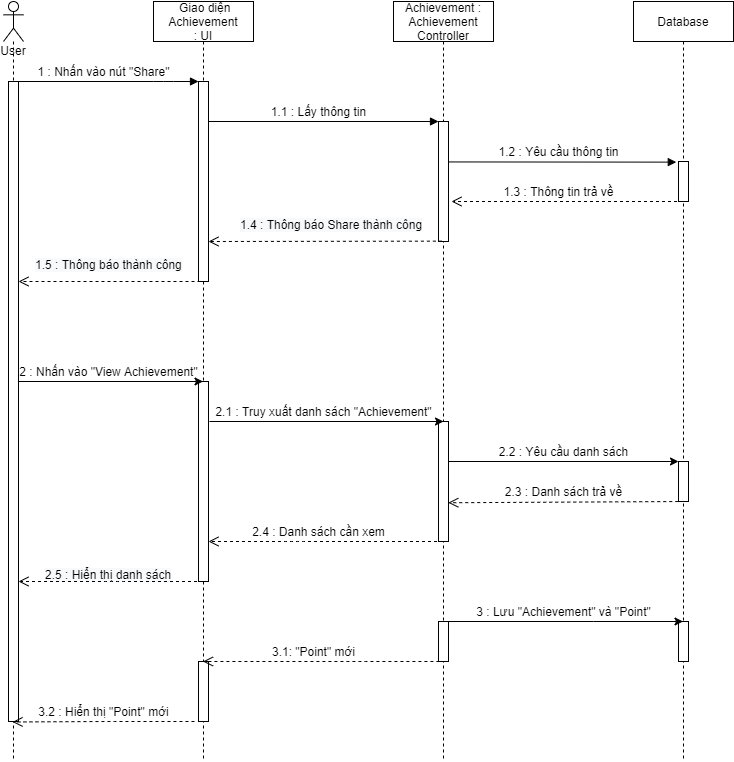
Above: ToDoApp-Doc/Document/Diagram/Sequence Diagram/Achievement/Achievement_SequenceDiagram.png in Merevoli-DatLuu/To-Do-App (draw.io), before the change. Source tidied: cells renumbered, new cells last; positions are measured from the earlier drawing's top-left corner, leaving out a move shared by most shapes. Its diagram source:
```xml
<mxGraphModel background="#ffffff">
  <root>
    <mxCell id="0" />
    <mxCell id="1" parent="0" />
    <mxCell id="2" value="&amp;nbsp;Giao diện Achievement&lt;br&gt;: UI" style="shape=umlLifeline;perimeter=lifelinePerimeter;whiteSpace=wrap;html=1;outlineConnect=0;" parent="1" vertex="1">
      <mxGeometry x="150" width="100" height="760" as="geometry" />
    </mxCell>
    <mxCell id="3" style="html=1;perimeter=orthogonalPerimeter;" parent="2" vertex="1">
      <mxGeometry x="45" y="80" width="10" height="200" as="geometry" />
    </mxCell>
    <mxCell id="4" style="html=1;points=[];perimeter=orthogonalPerimeter;" parent="2" vertex="1">
      <mxGeometry x="45" y="380" width="10" height="200" as="geometry" />
    </mxCell>
    <mxCell id="5" style="html=1;perimeter=orthogonalPerimeter;" parent="2" vertex="1">
      <mxGeometry x="45" y="660" width="10" height="60" as="geometry" />
    </mxCell>
    <mxCell id="6" value="Achievement : Achievement Controller" style="shape=umlLifeline;perimeter=lifelinePerimeter;whiteSpace=wrap;html=1;outlineConnect=0;" parent="1" vertex="1">
      <mxGeometry x="390" width="100" height="760" as="geometry" />
    </mxCell>
    <mxCell id="7" style="html=1;points=[];perimeter=orthogonalPerimeter;" parent="6" vertex="1">
      <mxGeometry x="45" y="120" width="10" height="120" as="geometry" />
    </mxCell>
    <mxCell id="8" style="html=1;points=[];perimeter=orthogonalPerimeter;" parent="6" vertex="1">
      <mxGeometry x="45" y="420" width="10" height="120" as="geometry" />
    </mxCell>
    <mxCell id="9" style="html=1;points=[];perimeter=orthogonalPerimeter;" parent="6" vertex="1">
      <mxGeometry x="45" y="620" width="10" height="40" as="geometry" />
    </mxCell>
    <mxCell id="10" value="Database" style="shape=umlLifeline;perimeter=lifelinePerimeter;whiteSpace=wrap;html=1;outlineConnect=0;" parent="1" vertex="1">
      <mxGeometry x="630" width="100" height="760" as="geometry" />
    </mxCell>
    <mxCell id="11" style="html=1;perimeter=orthogonalPerimeter;" parent="10" vertex="1">
      <mxGeometry x="45" y="160" width="10" height="40" as="geometry" />
    </mxCell>
    <mxCell id="12" style="html=1;perimeter=orthogonalPerimeter;" parent="10" vertex="1">
      <mxGeometry x="45" y="460" width="10" height="40" as="geometry" />
    </mxCell>
    <mxCell id="13" style="html=1;perimeter=orthogonalPerimeter;" parent="10" vertex="1">
      <mxGeometry x="45" y="620" width="10" height="40" as="geometry" />
    </mxCell>
    <mxCell id="14" style="edgeStyle=none;rounded=0;orthogonalLoop=1;jettySize=auto;html=1;" parent="1" edge="1">
      <mxGeometry relative="1" as="geometry">
        <mxPoint x="10" y="380" as="sourcePoint" />
        <mxPoint x="199.5" y="380" as="targetPoint" />
      </mxGeometry>
    </mxCell>
    <mxCell id="15" style="html=1;verticalAlign=bottom;endArrow=block;" parent="1" edge="1">
      <mxGeometry relative="1" as="geometry">
        <mxPoint x="10" y="80" as="sourcePoint" />
        <mxPoint x="195" y="80" as="targetPoint" />
        <Array as="points">
          <mxPoint x="160" y="80" />
        </Array>
      </mxGeometry>
    </mxCell>
    <mxCell id="16" value="1 : Nhấn vào nút &quot;Share&quot;" style="text;html=1;align=center;verticalAlign=middle;" parent="1" vertex="1">
      <mxGeometry x="25" y="60" width="150" height="20" as="geometry" />
    </mxCell>
    <mxCell id="17" style="html=1;verticalAlign=bottom;endArrow=block;" parent="1" edge="1">
      <mxGeometry relative="1" as="geometry">
        <mxPoint x="205" y="120" as="sourcePoint" />
        <mxPoint x="435" y="120" as="targetPoint" />
      </mxGeometry>
    </mxCell>
    <mxCell id="18" value="1.1 : Lấy thông tin" style="text;html=1;align=center;verticalAlign=middle;" parent="1" vertex="1">
      <mxGeometry x="260" y="100" width="110" height="20" as="geometry" />
    </mxCell>
    <mxCell id="19" style="html=1;verticalAlign=bottom;endArrow=block;entryX=-0.22;entryY=0.171;entryDx=0;entryDy=0;entryPerimeter=0;exitX=1.06;exitY=0.337;exitDx=0;exitDy=0;exitPerimeter=0;" parent="1" edge="1" source="7">
      <mxGeometry relative="1" as="geometry">
        <mxPoint x="672.8" y="160.6" as="targetPoint" />
      </mxGeometry>
    </mxCell>
    <mxCell id="20" value="1.2 : Yêu cầu thông tin" style="text;html=1;align=center;verticalAlign=middle;" parent="1" vertex="1">
      <mxGeometry x="485" y="140" width="140" height="20" as="geometry" />
    </mxCell>
    <mxCell id="21" value="2 : Nhấn vào &quot;View Achievement&quot;" style="text;html=1;align=center;verticalAlign=middle;" parent="1" vertex="1">
      <mxGeometry x="10" y="360" width="190" height="20" as="geometry" />
    </mxCell>
    <mxCell id="22" style="edgeStyle=none;rounded=0;jettySize=auto;html=1;entryX=0.5;entryY=0;entryDx=0;entryDy=0;entryPerimeter=0;" parent="1" edge="1" target="8">
      <mxGeometry relative="1" as="geometry">
        <mxPoint x="206" y="420" as="sourcePoint" />
      </mxGeometry>
    </mxCell>
    <mxCell id="23" value="2.1 : Truy xuất danh sách &quot;Achievement&quot;" style="text;html=1;align=center;verticalAlign=middle;" parent="1" vertex="1">
      <mxGeometry x="205" y="400" width="230" height="20" as="geometry" />
    </mxCell>
    <mxCell id="24" style="edgeStyle=none;rounded=0;jettySize=auto;html=1;entryX=-0.22;entryY=0.611;entryDx=0;entryDy=0;entryPerimeter=0;" parent="1" edge="1" source="8">
      <mxGeometry relative="1" as="geometry">
        <mxPoint x="675" y="460" as="targetPoint" />
      </mxGeometry>
    </mxCell>
    <mxCell id="25" value="2.2 : Yêu cầu danh sách" style="text;html=1;align=center;verticalAlign=middle;" parent="1" vertex="1">
      <mxGeometry x="485" y="440" width="150" height="20" as="geometry" />
    </mxCell>
    <mxCell id="26" value="User" style="shape=umlLifeline;participant=umlActor;perimeter=lifelinePerimeter;whiteSpace=wrap;html=1;verticalAlign=top;spacingTop=36;" parent="1" vertex="1">
      <mxGeometry width="20" height="760" as="geometry" />
    </mxCell>
    <mxCell id="27" style="html=1;points=[];perimeter=orthogonalPerimeter;" parent="26" vertex="1">
      <mxGeometry x="5" y="80" width="10" height="640" as="geometry" />
    </mxCell>
    <mxCell id="28" style="html=1;verticalAlign=bottom;endArrow=open;dashed=1;endSize=8;exitX=0.34;exitY=0.997;exitDx=0;exitDy=0;exitPerimeter=0;" parent="1" edge="1" source="7">
      <mxGeometry relative="1" as="geometry">
        <mxPoint x="205" y="240" as="targetPoint" />
      </mxGeometry>
    </mxCell>
    <mxCell id="29" style="html=1;verticalAlign=bottom;endArrow=open;dashed=1;endSize=8;" parent="1" edge="1" source="6" target="4">
      <mxGeometry relative="1" as="geometry">
        <Array as="points">
          <mxPoint x="290" y="540" />
        </Array>
      </mxGeometry>
    </mxCell>
    <mxCell id="30" style="html=1;verticalAlign=bottom;endArrow=open;dashed=1;endSize=8;" parent="1" edge="1" source="10">
      <mxGeometry relative="1" as="geometry">
        <mxPoint x="448" y="200" as="targetPoint" />
      </mxGeometry>
    </mxCell>
    <mxCell id="31" value="1.3 : Thông tin trả về" style="text;html=1;align=center;verticalAlign=middle;" parent="1" vertex="1">
      <mxGeometry x="490" y="180" width="130" height="20" as="geometry" />
    </mxCell>
    <mxCell id="32" value="&lt;span style=&quot;color: rgb(0 , 0 , 0) ; font-family: &amp;#34;helvetica&amp;#34; ; font-size: 12px ; font-style: normal ; font-weight: 400 ; letter-spacing: normal ; text-align: center ; text-indent: 0px ; text-transform: none ; word-spacing: 0px ; background-color: rgb(248 , 249 , 250) ; display: inline ; float: none&quot;&gt;1.4 : Thông báo Share thành công&lt;/span&gt;" style="text;whiteSpace=wrap;html=1;" parent="1" vertex="1">
      <mxGeometry x="235" y="210" width="190" height="30" as="geometry" />
    </mxCell>
    <mxCell id="33" style="html=1;verticalAlign=bottom;endArrow=open;dashed=1;endSize=8;" parent="1" edge="1">
      <mxGeometry relative="1" as="geometry">
        <mxPoint x="197" y="280" as="sourcePoint" />
        <mxPoint x="15" y="280" as="targetPoint" />
      </mxGeometry>
    </mxCell>
    <mxCell id="34" value="&lt;span style=&quot;color: rgb(0 , 0 , 0) ; font-family: &amp;#34;helvetica&amp;#34; ; font-size: 12px ; font-style: normal ; font-weight: 400 ; letter-spacing: normal ; text-align: center ; text-indent: 0px ; text-transform: none ; word-spacing: 0px ; background-color: rgb(248 , 249 , 250) ; display: inline ; float: none&quot;&gt;1.5 : Thông báo thành công&lt;/span&gt;" style="text;whiteSpace=wrap;html=1;" parent="1" vertex="1">
      <mxGeometry x="30" y="250" width="150" height="30" as="geometry" />
    </mxCell>
    <mxCell id="35" style="html=1;verticalAlign=bottom;endArrow=open;dashed=1;endSize=8;entryX=0.98;entryY=0.677;entryDx=0;entryDy=0;entryPerimeter=0;" parent="1" edge="1" target="8">
      <mxGeometry relative="1" as="geometry">
        <mxPoint x="680.8" y="500" as="sourcePoint" />
      </mxGeometry>
    </mxCell>
    <mxCell id="36" value="2.3 : Danh sách trả về" style="text;html=1;align=center;verticalAlign=middle;" parent="1" vertex="1">
      <mxGeometry x="495" y="480" width="130" height="20" as="geometry" />
    </mxCell>
    <mxCell id="37" value="&lt;span style=&quot;font-family: &amp;#34;helvetica&amp;#34;&quot;&gt;2.4 : Danh sách cần xem&lt;/span&gt;" style="text;html=1;align=center;verticalAlign=middle;" parent="1" vertex="1">
      <mxGeometry x="240" y="520" width="150" height="20" as="geometry" />
    </mxCell>
    <mxCell id="38" value="&lt;span style=&quot;color: rgb(0 , 0 , 0) ; font-family: &amp;#34;helvetica&amp;#34; ; font-size: 12px ; font-style: normal ; font-weight: 400 ; letter-spacing: normal ; text-align: center ; text-indent: 0px ; text-transform: none ; word-spacing: 0px ; background-color: rgb(248 , 249 , 250) ; display: inline ; float: none&quot;&gt;2.5 : Hiển thị danh sách&lt;/span&gt;" style="text;whiteSpace=wrap;html=1;" parent="1" vertex="1">
      <mxGeometry x="40" y="560" width="180" height="30" as="geometry" />
    </mxCell>
    <mxCell id="39" style="html=1;verticalAlign=bottom;endArrow=open;dashed=1;endSize=8;" parent="1" edge="1" source="2" target="27">
      <mxGeometry relative="1" as="geometry">
        <Array as="points">
          <mxPoint x="110" y="580" />
        </Array>
      </mxGeometry>
    </mxCell>
    <mxCell id="40" style="edgeStyle=none;rounded=0;jettySize=auto;html=1;" parent="1" edge="1" source="9" target="10">
      <mxGeometry relative="1" as="geometry">
        <Array as="points">
          <mxPoint x="590" y="620" />
        </Array>
      </mxGeometry>
    </mxCell>
    <mxCell id="41" value="3 : Lưu &quot;Achievement&quot; và &quot;Point&quot;" style="text;html=1;align=center;verticalAlign=middle;" parent="1" vertex="1">
      <mxGeometry x="465" y="600" width="190" height="20" as="geometry" />
    </mxCell>
    <mxCell id="42" value="3.1: &quot;Point&quot; mới" style="text;html=1;align=center;verticalAlign=middle;" parent="1" vertex="1">
      <mxGeometry x="260" y="640" width="100" height="20" as="geometry" />
    </mxCell>
    <mxCell id="43" value="3.2 : Hiển thị &quot;Point&quot; mới" style="text;html=1;align=center;verticalAlign=middle;" parent="1" vertex="1">
      <mxGeometry x="25" y="700" width="150" height="20" as="geometry" />
    </mxCell>
    <mxCell id="44" style="html=1;verticalAlign=bottom;endArrow=open;dashed=1;endSize=8;entryX=1.26;entryY=0.782;entryDx=0;entryDy=0;entryPerimeter=0;" parent="1" edge="1">
      <mxGeometry relative="1" as="geometry">
        <mxPoint x="190.9" y="720" as="sourcePoint" />
        <mxPoint x="9" y="720.5" as="targetPoint" />
        <Array as="points">
          <mxPoint x="101.4" y="720" />
        </Array>
      </mxGeometry>
    </mxCell>
    <mxCell id="45" style="html=1;verticalAlign=bottom;endArrow=open;dashed=1;endSize=8;" parent="1" edge="1" target="2">
      <mxGeometry relative="1" as="geometry">
        <mxPoint x="441.9" y="660" as="sourcePoint" />
        <Array as="points">
          <mxPoint x="352.4" y="660" />
        </Array>
      </mxGeometry>
    </mxCell>
  </root>
</mxGraphModel>
```
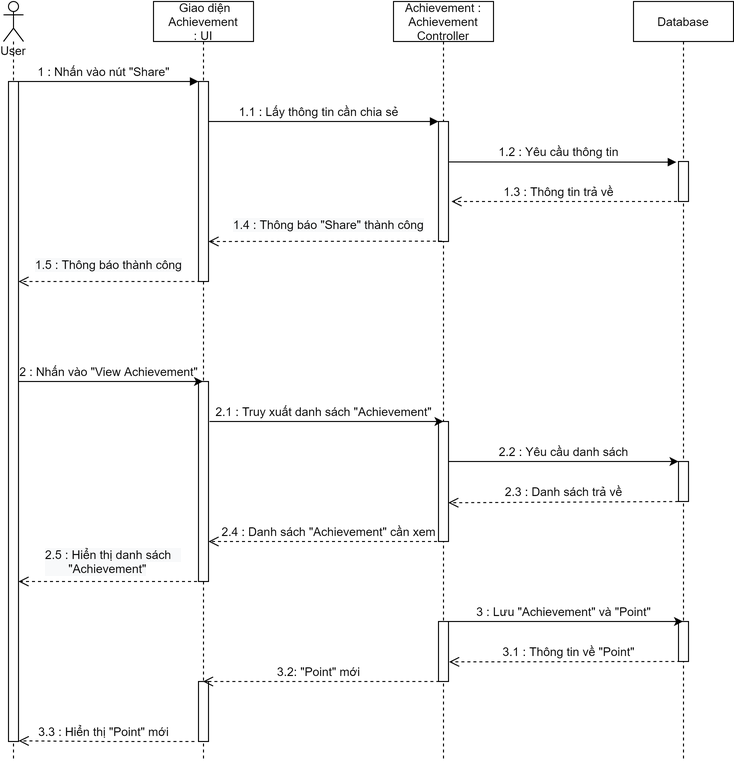
Later version of the same file.

Commit message:
[Modified] : Achievement_SequenceDiagram Image

What changed in the source:
```diff
@@ -12,8 +12,29 @@
       <mxGeometry x="45" y="380" width="10" height="200" as="geometry" />
     </mxCell>
     <mxCell id="5" style="html=1;perimeter=orthogonalPerimeter;" parent="2" vertex="1">
-      <mxGeometry x="45" y="660" width="10" height="60" as="geometry" />
+      <mxGeometry x="45" y="680" width="10" height="60" as="geometry" />
     </mxCell>
+    <mxCell id="43" value="3.3 : Hiển thị &quot;Point&quot; mới" style="text;html=1;align=center;verticalAlign=middle;" parent="2" vertex="1">
+      <mxGeometry x="-125" y="720" width="150" height="20" as="geometry" />
+    </mxCell>
+    <mxCell id="44" style="html=1;verticalAlign=bottom;endArrow=open;dashed=1;endSize=8;entryX=1.02;entryY=0.999;entryDx=0;entryDy=0;entryPerimeter=0;" parent="2" edge="1" target="27">
+      <mxGeometry relative="1" as="geometry">
+        <mxPoint x="40.9" y="740" as="sourcePoint" />
+        <Array as="points">
+          <mxPoint x="-48.6" y="740" />
+        </Array>
+      </mxGeometry>
+    </mxCell>
+    <mxCell id="45" style="html=1;verticalAlign=bottom;endArrow=open;dashed=1;endSize=8;" parent="2" edge="1">
+      <mxGeometry relative="1" as="geometry">
+        <mxPoint x="291.9" y="680" as="sourcePoint" />
+        <mxPoint x="49.5" y="680" as="targetPoint" />
+        <Array as="points">
+          <mxPoint x="202.4" y="680" />
+          <mxPoint x="160" y="680" />
+        </Array>
+      </mxGeometry>
+    </mxCell>
     <mxCell id="6" value="Achievement : Achievement Controller" style="shape=umlLifeline;perimeter=lifelinePerimeter;whiteSpace=wrap;html=1;outlineConnect=0;" parent="1" vertex="1">
       <mxGeometry x="390" width="100" height="760" as="geometry" />
     </mxCell>
@@ -24,7 +45,7 @@
       <mxGeometry x="45" y="420" width="10" height="120" as="geometry" />
     </mxCell>
     <mxCell id="9" style="html=1;points=[];perimeter=orthogonalPerimeter;" parent="6" vertex="1">
-      <mxGeometry x="45" y="620" width="10" height="40" as="geometry" />
+      <mxGeometry x="45" y="620" width="10" height="60" as="geometry" />
     </mxCell>
     <mxCell id="10" value="Database" style="shape=umlLifeline;perimeter=lifelinePerimeter;whiteSpace=wrap;html=1;outlineConnect=0;" parent="1" vertex="1">
       <mxGeometry x="630" width="100" height="760" as="geometry" />
@@ -62,8 +83,8 @@
         <mxPoint x="435" y="120" as="targetPoint" />
       </mxGeometry>
     </mxCell>
-    <mxCell id="18" value="1.1 : Lấy thông tin" style="text;html=1;align=center;verticalAlign=middle;" parent="1" vertex="1">
-      <mxGeometry x="260" y="100" width="110" height="20" as="geometry" />
+    <mxCell id="18" value="1.1 : Lấy thông tin cần chia sẻ" style="text;html=1;align=center;verticalAlign=middle;" parent="1" vertex="1">
+      <mxGeometry x="230" y="100" width="170" height="20" as="geometry" />
     </mxCell>
     <mxCell id="19" style="html=1;verticalAlign=bottom;endArrow=block;entryX=-0.22;entryY=0.171;entryDx=0;entryDy=0;entryPerimeter=0;exitX=1.06;exitY=0.337;exitDx=0;exitDy=0;exitPerimeter=0;" parent="1" edge="1" source="7">
       <mxGeometry relative="1" as="geometry">
@@ -96,7 +117,7 @@
       <mxGeometry width="20" height="760" as="geometry" />
     </mxCell>
     <mxCell id="27" style="html=1;points=[];perimeter=orthogonalPerimeter;" parent="26" vertex="1">
-      <mxGeometry x="5" y="80" width="10" height="640" as="geometry" />
+      <mxGeometry x="5" y="80" width="10" height="660" as="geometry" />
     </mxCell>
     <mxCell id="28" style="html=1;verticalAlign=bottom;endArrow=open;dashed=1;endSize=8;exitX=0.34;exitY=0.997;exitDx=0;exitDy=0;exitPerimeter=0;" parent="1" edge="1" source="7">
       <mxGeometry relative="1" as="geometry">
@@ -118,8 +139,8 @@
     <mxCell id="31" value="1.3 : Thông tin trả về" style="text;html=1;align=center;verticalAlign=middle;" parent="1" vertex="1">
       <mxGeometry x="490" y="180" width="130" height="20" as="geometry" />
     </mxCell>
-    <mxCell id="32" value="&lt;span style=&quot;color: rgb(0 , 0 , 0) ; font-family: &amp;#34;helvetica&amp;#34; ; font-size: 12px ; font-style: normal ; font-weight: 400 ; letter-spacing: normal ; text-align: center ; text-indent: 0px ; text-transform: none ; word-spacing: 0px ; background-color: rgb(248 , 249 , 250) ; display: inline ; float: none&quot;&gt;1.4 : Thông báo Share thành công&lt;/span&gt;" style="text;whiteSpace=wrap;html=1;" parent="1" vertex="1">
-      <mxGeometry x="235" y="210" width="190" height="30" as="geometry" />
+    <mxCell id="32" value="&lt;span style=&quot;color: rgb(0 , 0 , 0) ; font-family: &amp;#34;helvetica&amp;#34; ; font-size: 12px ; font-style: normal ; font-weight: 400 ; letter-spacing: normal ; text-align: center ; text-indent: 0px ; text-transform: none ; word-spacing: 0px ; background-color: rgb(248 , 249 , 250) ; display: inline ; float: none&quot;&gt;1.4 : Thông báo &quot;Share&quot; thành công&lt;/span&gt;" style="text;whiteSpace=wrap;html=1;" parent="1" vertex="1">
+      <mxGeometry x="227.5" y="210" width="195" height="30" as="geometry" />
     </mxCell>
     <mxCell id="33" style="html=1;verticalAlign=bottom;endArrow=open;dashed=1;endSize=8;" parent="1" edge="1">
       <mxGeometry relative="1" as="geometry">
@@ -138,11 +159,11 @@
     <mxCell id="36" value="2.3 : Danh sách trả về" style="text;html=1;align=center;verticalAlign=middle;" parent="1" vertex="1">
       <mxGeometry x="495" y="480" width="130" height="20" as="geometry" />
     </mxCell>
-    <mxCell id="37" value="&lt;span style=&quot;font-family: &amp;#34;helvetica&amp;#34;&quot;&gt;2.4 : Danh sách cần xem&lt;/span&gt;" style="text;html=1;align=center;verticalAlign=middle;" parent="1" vertex="1">
-      <mxGeometry x="240" y="520" width="150" height="20" as="geometry" />
+    <mxCell id="37" value="&lt;span style=&quot;font-family: &amp;#34;helvetica&amp;#34;&quot;&gt;2.4 : Danh sách &quot;Achievement&quot; cần xem&lt;/span&gt;" style="text;html=1;align=center;verticalAlign=middle;" parent="1" vertex="1">
+      <mxGeometry x="210" y="520" width="230" height="20" as="geometry" />
     </mxCell>
-    <mxCell id="38" value="&lt;span style=&quot;color: rgb(0 , 0 , 0) ; font-family: &amp;#34;helvetica&amp;#34; ; font-size: 12px ; font-style: normal ; font-weight: 400 ; letter-spacing: normal ; text-align: center ; text-indent: 0px ; text-transform: none ; word-spacing: 0px ; background-color: rgb(248 , 249 , 250) ; display: inline ; float: none&quot;&gt;2.5 : Hiển thị danh sách&lt;/span&gt;" style="text;whiteSpace=wrap;html=1;" parent="1" vertex="1">
-      <mxGeometry x="40" y="560" width="180" height="30" as="geometry" />
+    <mxCell id="38" value="&lt;span style=&quot;color: rgb(0 , 0 , 0) ; font-family: &amp;#34;helvetica&amp;#34; ; font-size: 12px ; font-style: normal ; font-weight: 400 ; letter-spacing: normal ; text-align: center ; text-indent: 0px ; text-transform: none ; word-spacing: 0px ; background-color: rgb(248 , 249 , 250) ; display: inline ; float: none&quot;&gt;2.5 : Hiển thị danh sách&amp;nbsp; &amp;nbsp; &amp;nbsp; &amp;nbsp; &amp;nbsp; &amp;nbsp;&quot;Achievement&quot;&lt;/span&gt;" style="text;whiteSpace=wrap;html=1;" parent="1" vertex="1">
+      <mxGeometry x="40" y="540" width="140" height="30" as="geometry" />
     </mxCell>
     <mxCell id="39" style="html=1;verticalAlign=bottom;endArrow=open;dashed=1;endSize=8;" parent="1" edge="1" source="2" target="27">
       <mxGeometry relative="1" as="geometry">
@@ -161,28 +182,16 @@
     <mxCell id="41" value="3 : Lưu &quot;Achievement&quot; và &quot;Point&quot;" style="text;html=1;align=center;verticalAlign=middle;" parent="1" vertex="1">
       <mxGeometry x="465" y="600" width="190" height="20" as="geometry" />
     </mxCell>
-    <mxCell id="42" value="3.1: &quot;Point&quot; mới" style="text;html=1;align=center;verticalAlign=middle;" parent="1" vertex="1">
-      <mxGeometry x="260" y="640" width="100" height="20" as="geometry" />
+    <mxCell id="42" value="3.2: &quot;Point&quot; mới" style="text;html=1;align=center;verticalAlign=middle;" parent="1" vertex="1">
+      <mxGeometry x="265" y="660" width="100" height="20" as="geometry" />
     </mxCell>
-    <mxCell id="43" value="3.2 : Hiển thị &quot;Point&quot; mới" style="text;html=1;align=center;verticalAlign=middle;" parent="1" vertex="1">
-      <mxGeometry x="25" y="700" width="150" height="20" as="geometry" />
-    </mxCell>
-    <mxCell id="44" style="html=1;verticalAlign=bottom;endArrow=open;dashed=1;endSize=8;entryX=1.26;entryY=0.782;entryDx=0;entryDy=0;entryPerimeter=0;" parent="1" edge="1">
-      <mxGeometry relative="1" as="geometry">
-        <mxPoint x="190.9" y="720" as="sourcePoint" />
-        <mxPoint x="9" y="720.5" as="targetPoint" />
-        <Array as="points">
-          <mxPoint x="101.4" y="720" />
-        </Array>
-      </mxGeometry>
-    </mxCell>
-    <mxCell id="45" style="html=1;verticalAlign=bottom;endArrow=open;dashed=1;endSize=8;" parent="1" edge="1" target="2">
-      <mxGeometry relative="1" as="geometry">
-        <mxPoint x="441.9" y="660" as="sourcePoint" />
-        <Array as="points">
-          <mxPoint x="352.4" y="660" />
-        </Array>
-      </mxGeometry>
-    </mxCell>
+    <mxCell id="46" style="html=1;verticalAlign=bottom;endArrow=open;dashed=1;endSize=8;entryX=1.06;entryY=0.673;entryDx=0;entryDy=0;entryPerimeter=0;" parent="1" edge="1" target="9">
+      <mxGeometry relative="1" as="geometry">
+        <mxPoint x="676.9" y="660" as="sourcePoint" />
+      </mxGeometry>
+    </mxCell>
+    <mxCell id="47" value="&lt;span style=&quot;font-family: &amp;#34;helvetica&amp;#34; ; text-align: left&quot;&gt;3.1 : Thông tin về &quot;Point&quot;&lt;/span&gt;" style="text;html=1;align=center;verticalAlign=middle;" parent="1" vertex="1">
+      <mxGeometry x="490" y="640" width="150" height="20" as="geometry" />
+    </mxCell>
   </root>
 </mxGraphModel>
```
